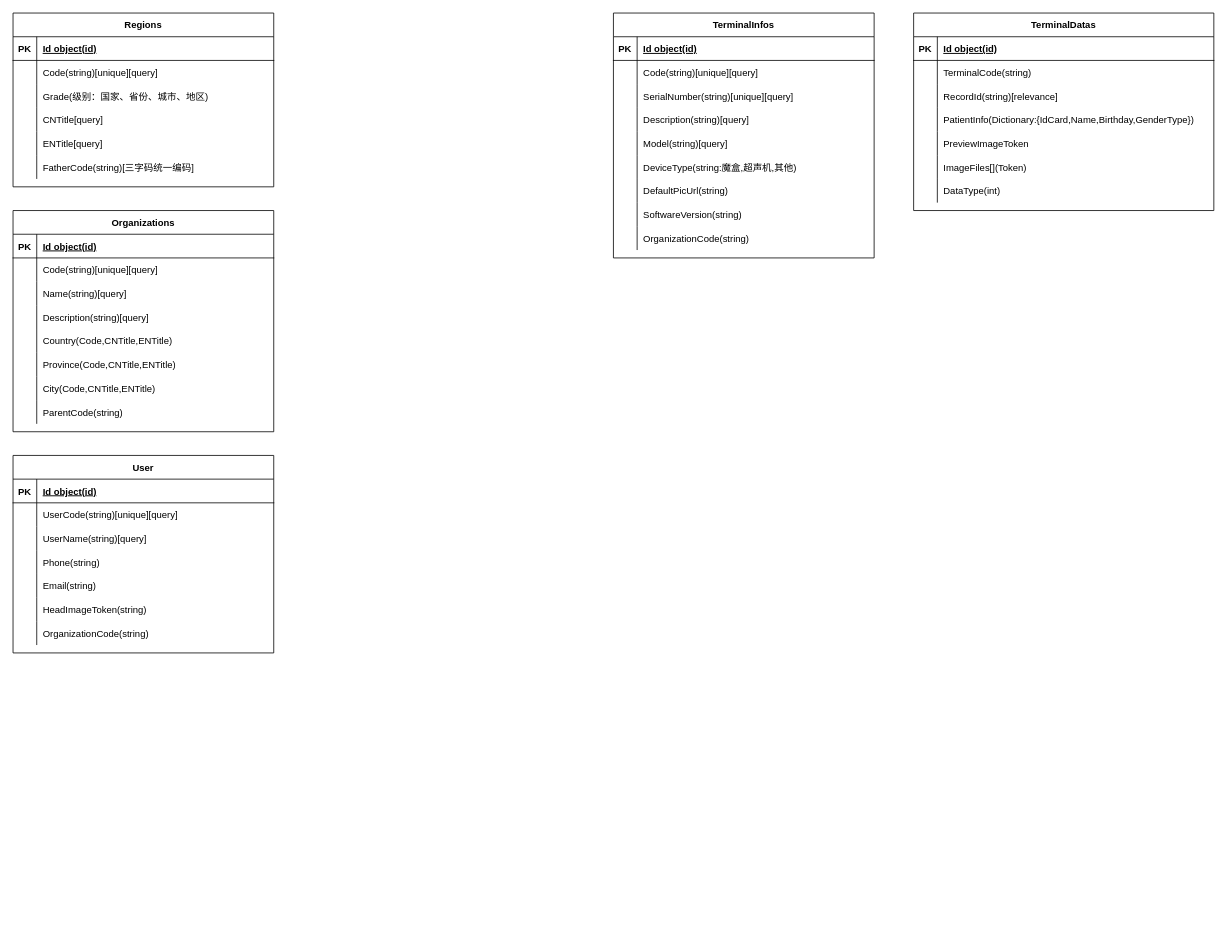
Above: Untitled Diagram.drawio in qwb2013/Xamarin-iOSTips (draw.io), before the change. Source tidied: cells renumbered, new cells numbered last; positions are measured from the earlier drawing's top-left corner, leaving out a move shared by most shapes. Both pictures are drawn from the tidied source at 79%, with x=0, y=0 at pixel (13, 13).
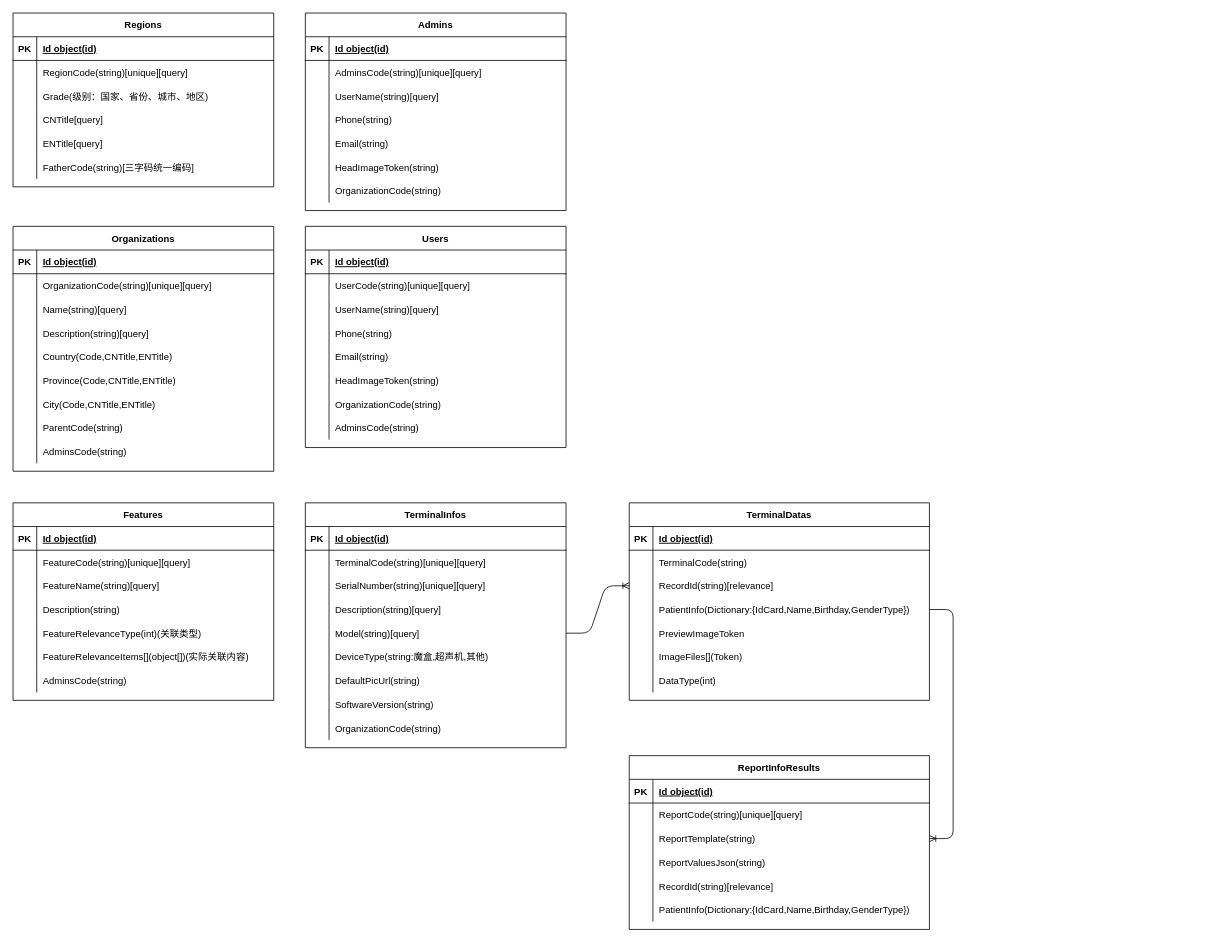
Above is the later version.

The change refers to these unchanged cells:
```xml
<mxCell id="6" style="shape=partialRectangle;fillColor=none;top=0;left=0;right=0;bottom=0;" parent="2" vertex="1">
  <mxGeometry y="60" width="330" height="30" as="geometry" />
</mxCell>
<mxCell id="15" style="shape=partialRectangle;fillColor=none;points=[[0,0.5],[1,0.5]];portConstraint=eastwest;top=0;left=0;right=0;bottom=0;" parent="2" vertex="1">
  <mxGeometry y="150" width="330" height="30" as="geometry" />
</mxCell>
<mxCell id="34" style="shape=partialRectangle;fillColor=none;top=0;left=0;right=0;bottom=0;" parent="30" vertex="1">
  <mxGeometry y="60" width="330" height="30" as="geometry" />
</mxCell>
<mxCell id="53" style="shape=partialRectangle;fillColor=none;top=0;left=0;right=0;bottom=0;" parent="49" vertex="1">
  <mxGeometry y="60" width="330" height="30" as="geometry" />
</mxCell>
<mxCell id="81" style="shape=partialRectangle;fillColor=none;points=[[0,0.5],[1,0.5]];portConstraint=eastwest;top=0;left=0;right=0;bottom=0;" parent="74" vertex="1">
  <mxGeometry y="90" width="380" height="30" as="geometry" />
</mxCell>
<mxCell id="84" style="shape=partialRectangle;fillColor=none;points=[[0,0.5],[1,0.5]];portConstraint=eastwest;top=0;left=0;right=0;bottom=0;" parent="74" vertex="1">
  <mxGeometry y="120" width="380" height="30" as="geometry" />
</mxCell>
<mxCell id="100" style="shape=partialRectangle;fillColor=none;top=0;left=0;right=0;bottom=0;" parent="96" vertex="1">
  <mxGeometry y="60" width="330" height="30" as="geometry" />
</mxCell>
```

Change to the diagram source:
```diff
@@
     <mxCell id="2" value="TerminalInfos" style="shape=table;startSize=30;childLayout=tableLayout;rowLines=0;fontStyle=1;align=center;" parent="1" vertex="1">
-      <mxGeometry x="760" width="330" height="310" as="geometry" />
+      <mxGeometry x="370" y="620" width="330" height="310" as="geometry" />
     </mxCell>
@@
-    <mxCell id="8" value="Code(string)[unique][query]" style="shape=partialRectangle;overflow=hidden;fillColor=none;top=0;left=0;bottom=0;right=0;align=left;spacingLeft=6;" parent="6" vertex="1">
+    <mxCell id="8" value="TerminalCode(string)[unique][query]" style="shape=partialRectangle;overflow=hidden;fillColor=none;top=0;left=0;bottom=0;right=0;align=left;spacingLeft=6;" parent="6" vertex="1">
       <mxGeometry x="30" width="300" height="30" as="geometry" />
     </mxCell>
@@
-    <mxCell id="36" value="Code(string)[unique][query]" style="shape=partialRectangle;overflow=hidden;fillColor=none;top=0;left=0;bottom=0;right=0;align=left;spacingLeft=6;" parent="34" vertex="1">
+    <mxCell id="36" value="RegionCode(string)[unique][query]" style="shape=partialRectangle;overflow=hidden;fillColor=none;top=0;left=0;bottom=0;right=0;align=left;spacingLeft=6;" parent="34" vertex="1">
       <mxGeometry x="30" width="300" height="30" as="geometry" />
     </mxCell>
@@
     <mxCell id="49" value="Organizations" style="shape=table;startSize=30;childLayout=tableLayout;rowLines=0;fontStyle=1;align=center;" parent="1" vertex="1">
-      <mxGeometry y="250" width="330" height="280" as="geometry" />
+      <mxGeometry y="270" width="330" height="310" as="geometry" />
     </mxCell>
@@
-    <mxCell id="55" value="Code(string)[unique][query]" style="shape=partialRectangle;overflow=hidden;fillColor=none;top=0;left=0;bottom=0;right=0;align=left;spacingLeft=6;" parent="53" vertex="1">
+    <mxCell id="55" value="OrganizationCode(string)[unique][query]" style="shape=partialRectangle;overflow=hidden;fillColor=none;top=0;left=0;bottom=0;right=0;align=left;spacingLeft=6;" parent="53" vertex="1">
       <mxGeometry x="30" width="300" height="30" as="geometry" />
     </mxCell>
@@
+    <mxCell id="118" style="shape=partialRectangle;fillColor=none;top=0;left=0;right=0;bottom=0;" parent="49" vertex="1">
+      <mxGeometry y="270" width="330" height="30" as="geometry" />
+    </mxCell>
+    <mxCell id="119" style="shape=partialRectangle;overflow=hidden;fillColor=none;top=0;left=0;bottom=0;right=0;" parent="118" vertex="1">
+      <mxGeometry width="30" height="30" as="geometry" />
+    </mxCell>
+    <mxCell id="120" value="AdminsCode(string)" style="shape=partialRectangle;overflow=hidden;fillColor=none;top=0;left=0;bottom=0;right=0;align=left;spacingLeft=6;" parent="118" vertex="1">
+      <mxGeometry x="30" width="300" height="30" as="geometry" />
+    </mxCell>
     <mxCell id="74" value="TerminalDatas" style="shape=table;startSize=30;childLayout=tableLayout;rowLines=0;fontStyle=1;align=center;" parent="1" vertex="1">
-      <mxGeometry x="1140" width="380" height="250" as="geometry" />
+      <mxGeometry x="780" y="620" width="380" height="250" as="geometry" />
     </mxCell>
@@
-    <mxCell id="96" value="User" style="shape=table;startSize=30;childLayout=tableLayout;rowLines=0;fontStyle=1;align=center;" parent="1" vertex="1">
-      <mxGeometry y="560" width="330" height="250" as="geometry" />
+    <mxCell id="96" value="Admins" style="shape=table;startSize=30;childLayout=tableLayout;rowLines=0;fontStyle=1;align=center;" parent="1" vertex="1">
+      <mxGeometry x="370" width="330" height="250" as="geometry" />
     </mxCell>
@@
-    <mxCell id="102" value="UserCode(string)[unique][query]" style="shape=partialRectangle;overflow=hidden;fillColor=none;top=0;left=0;bottom=0;right=0;align=left;spacingLeft=6;" parent="100" vertex="1">
+    <mxCell id="102" value="AdminsCode(string)[unique][query]" style="shape=partialRectangle;overflow=hidden;fillColor=none;top=0;left=0;bottom=0;right=0;align=left;spacingLeft=6;" parent="100" vertex="1">
       <mxGeometry x="30" width="300" height="30" as="geometry" />
     </mxCell>
@@
+    <mxCell id="121" value="Features" style="shape=table;startSize=30;childLayout=tableLayout;rowLines=0;fontStyle=1;align=center;" parent="1" vertex="1">
+      <mxGeometry y="620" width="330" height="250" as="geometry" />
+    </mxCell>
+    <mxCell id="122" style="shape=partialRectangle;fillColor=none;top=0;left=0;right=0;bottom=1;" parent="121" vertex="1">
+      <mxGeometry y="30" width="330" height="30" as="geometry" />
+    </mxCell>
+    <mxCell id="123" value="PK" style="shape=partialRectangle;overflow=hidden;fillColor=none;top=0;left=0;bottom=0;right=0;fontStyle=1;" parent="122" vertex="1">
+      <mxGeometry width="30" height="30" as="geometry" />
+    </mxCell>
+    <mxCell id="124" value="Id object(id)" style="shape=partialRectangle;overflow=hidden;fillColor=none;top=0;left=0;bottom=0;right=0;align=left;spacingLeft=6;fontStyle=5;" parent="122" vertex="1">
+      <mxGeometry x="30" width="300" height="30" as="geometry" />
+    </mxCell>
+    <mxCell id="125" style="shape=partialRectangle;fillColor=none;top=0;left=0;right=0;bottom=0;" parent="121" vertex="1">
+      <mxGeometry y="60" width="330" height="30" as="geometry" />
+    </mxCell>
+    <mxCell id="126" style="shape=partialRectangle;overflow=hidden;fillColor=none;top=0;left=0;bottom=0;right=0;" parent="125" vertex="1">
+      <mxGeometry width="30" height="30" as="geometry" />
+    </mxCell>
+    <mxCell id="127" value="FeatureCode(string)[unique][query]" style="shape=partialRectangle;overflow=hidden;fillColor=none;top=0;left=0;bottom=0;right=0;align=left;spacingLeft=6;" parent="125" vertex="1">
+      <mxGeometry x="30" width="300" height="30" as="geometry" />
+    </mxCell>
+    <mxCell id="128" style="shape=partialRectangle;fillColor=none;top=0;left=0;right=0;bottom=0;" parent="121" vertex="1">
+      <mxGeometry y="90" width="330" height="30" as="geometry" />
+    </mxCell>
+    <mxCell id="129" style="shape=partialRectangle;overflow=hidden;fillColor=none;top=0;left=0;bottom=0;right=0;" parent="128" vertex="1">
+      <mxGeometry width="30" height="30" as="geometry" />
+    </mxCell>
+    <mxCell id="130" value="FeatureName(string)[query]" style="shape=partialRectangle;overflow=hidden;fillColor=none;top=0;left=0;bottom=0;right=0;align=left;spacingLeft=6;" parent="128" vertex="1">
+      <mxGeometry x="30" width="300" height="30" as="geometry" />
+    </mxCell>
+    <mxCell id="131" style="shape=partialRectangle;fillColor=none;top=0;left=0;right=0;bottom=0;" parent="121" vertex="1">
+      <mxGeometry y="120" width="330" height="30" as="geometry" />
+    </mxCell>
+    <mxCell id="132" style="shape=partialRectangle;overflow=hidden;fillColor=none;top=0;left=0;bottom=0;right=0;" parent="131" vertex="1">
+      <mxGeometry width="30" height="30" as="geometry" />
+    </mxCell>
+    <mxCell id="133" value="Description(string)" style="shape=partialRectangle;overflow=hidden;fillColor=none;top=0;left=0;bottom=0;right=0;align=left;spacingLeft=6;" parent="131" vertex="1">
+      <mxGeometry x="30" width="300" height="30" as="geometry" />
+    </mxCell>
+    <mxCell id="134" style="shape=partialRectangle;fillColor=none;top=0;left=0;right=0;bottom=0;" parent="121" vertex="1">
+      <mxGeometry y="150" width="330" height="30" as="geometry" />
+    </mxCell>
+    <mxCell id="135" style="shape=partialRectangle;overflow=hidden;fillColor=none;top=0;left=0;bottom=0;right=0;" parent="134" vertex="1">
+      <mxGeometry width="30" height="30" as="geometry" />
+    </mxCell>
+    <mxCell id="136" value="FeatureRelevanceType(int)(关联类型)" style="shape=partialRectangle;overflow=hidden;fillColor=none;top=0;left=0;bottom=0;right=0;align=left;spacingLeft=6;" parent="134" vertex="1">
+      <mxGeometry x="30" width="300" height="30" as="geometry" />
+    </mxCell>
+    <mxCell id="137" style="shape=partialRectangle;fillColor=none;top=0;left=0;right=0;bottom=0;" parent="121" vertex="1">
+      <mxGeometry y="180" width="330" height="30" as="geometry" />
+    </mxCell>
+    <mxCell id="138" style="shape=partialRectangle;overflow=hidden;fillColor=none;top=0;left=0;bottom=0;right=0;" parent="137" vertex="1">
+      <mxGeometry width="30" height="30" as="geometry" />
+    </mxCell>
+    <mxCell id="139" value="FeatureRelevanceItems[](object[])(实际关联内容)" style="shape=partialRectangle;overflow=hidden;fillColor=none;top=0;left=0;bottom=0;right=0;align=left;spacingLeft=6;" parent="137" vertex="1">
+      <mxGeometry x="30" width="300" height="30" as="geometry" />
+    </mxCell>
+    <mxCell id="140" style="shape=partialRectangle;fillColor=none;top=0;left=0;right=0;bottom=0;" parent="121" vertex="1">
+      <mxGeometry y="210" width="330" height="30" as="geometry" />
+    </mxCell>
+    <mxCell id="141" style="shape=partialRectangle;overflow=hidden;fillColor=none;top=0;left=0;bottom=0;right=0;" parent="140" vertex="1">
+      <mxGeometry width="30" height="30" as="geometry" />
+    </mxCell>
+    <mxCell id="142" value="AdminsCode(string)" style="shape=partialRectangle;overflow=hidden;fillColor=none;top=0;left=0;bottom=0;right=0;align=left;spacingLeft=6;" parent="140" vertex="1">
+      <mxGeometry x="30" width="300" height="30" as="geometry" />
+    </mxCell>
+    <mxCell id="143" value="ReportInfoResults" style="shape=table;startSize=30;childLayout=tableLayout;rowLines=0;fontStyle=1;align=center;" parent="1" vertex="1">
+      <mxGeometry x="780" y="940" width="380" height="220" as="geometry" />
+    </mxCell>
+    <mxCell id="144" style="shape=partialRectangle;fillColor=none;top=0;left=0;right=0;bottom=1;" parent="143" vertex="1">
+      <mxGeometry y="30" width="380" height="30" as="geometry" />
+    </mxCell>
+    <mxCell id="145" value="PK" style="shape=partialRectangle;overflow=hidden;fillColor=none;top=0;left=0;bottom=0;right=0;fontStyle=1;" parent="144" vertex="1">
+      <mxGeometry width="30" height="30" as="geometry" />
+    </mxCell>
+    <mxCell id="146" value="Id object(id)" style="shape=partialRectangle;overflow=hidden;fillColor=none;top=0;left=0;bottom=0;right=0;align=left;spacingLeft=6;fontStyle=5;" parent="144" vertex="1">
+      <mxGeometry x="30" width="350" height="30" as="geometry" />
+    </mxCell>
+    <mxCell id="147" style="shape=partialRectangle;fillColor=none;top=0;left=0;right=0;bottom=0;" parent="143" vertex="1">
+      <mxGeometry y="60" width="380" height="30" as="geometry" />
+    </mxCell>
+    <mxCell id="148" style="shape=partialRectangle;overflow=hidden;fillColor=none;top=0;left=0;bottom=0;right=0;" parent="147" vertex="1">
+      <mxGeometry width="30" height="30" as="geometry" />
+    </mxCell>
+    <mxCell id="149" value="ReportCode(string)[unique][query]" style="shape=partialRectangle;overflow=hidden;fillColor=none;top=0;left=0;bottom=0;right=0;align=left;spacingLeft=6;" parent="147" vertex="1">
+      <mxGeometry x="30" width="350" height="30" as="geometry" />
+    </mxCell>
+    <mxCell id="150" style="shape=partialRectangle;fillColor=none;points=[[0,0.5],[1,0.5]];portConstraint=eastwest;top=0;left=0;right=0;bottom=0;" parent="143" vertex="1">
+      <mxGeometry y="90" width="380" height="30" as="geometry" />
+    </mxCell>
+    <mxCell id="151" style="shape=partialRectangle;overflow=hidden;fillColor=none;top=0;left=0;bottom=0;right=0;" parent="150" vertex="1">
+      <mxGeometry width="30" height="30" as="geometry" />
+    </mxCell>
+    <mxCell id="152" value="ReportTemplate(string)" style="shape=partialRectangle;overflow=hidden;fillColor=none;top=0;left=0;bottom=0;right=0;align=left;spacingLeft=6;" parent="150" vertex="1">
+      <mxGeometry x="30" width="350" height="30" as="geometry" />
+    </mxCell>
+    <mxCell id="153" style="shape=partialRectangle;fillColor=none;top=0;left=0;right=0;bottom=0;" parent="143" vertex="1">
+      <mxGeometry y="120" width="380" height="30" as="geometry" />
+    </mxCell>
+    <mxCell id="154" style="shape=partialRectangle;overflow=hidden;fillColor=none;top=0;left=0;bottom=0;right=0;" parent="153" vertex="1">
+      <mxGeometry width="30" height="30" as="geometry" />
+    </mxCell>
+    <mxCell id="155" value="ReportValuesJson(string)" style="shape=partialRectangle;overflow=hidden;fillColor=none;top=0;left=0;bottom=0;right=0;align=left;spacingLeft=6;" parent="153" vertex="1">
+      <mxGeometry x="30" width="350" height="30" as="geometry" />
+    </mxCell>
+    <mxCell id="156" style="shape=partialRectangle;fillColor=none;top=0;left=0;right=0;bottom=0;" parent="143" vertex="1">
+      <mxGeometry y="150" width="380" height="30" as="geometry" />
+    </mxCell>
+    <mxCell id="157" style="shape=partialRectangle;overflow=hidden;fillColor=none;top=0;left=0;bottom=0;right=0;" parent="156" vertex="1">
+      <mxGeometry width="30" height="30" as="geometry" />
+    </mxCell>
+    <mxCell id="158" value="RecordId(string)[relevance]" style="shape=partialRectangle;overflow=hidden;fillColor=none;top=0;left=0;bottom=0;right=0;align=left;spacingLeft=6;" parent="156" vertex="1">
+      <mxGeometry x="30" width="350" height="30" as="geometry" />
+    </mxCell>
+    <mxCell id="159" style="shape=partialRectangle;fillColor=none;top=0;left=0;right=0;bottom=0;" parent="143" vertex="1">
+      <mxGeometry y="180" width="380" height="30" as="geometry" />
+    </mxCell>
+    <mxCell id="160" style="shape=partialRectangle;overflow=hidden;fillColor=none;top=0;left=0;bottom=0;right=0;" parent="159" vertex="1">
+      <mxGeometry width="30" height="30" as="geometry" />
+    </mxCell>
+    <mxCell id="161" value="PatientInfo(Dictionary:{IdCard,Name,Birthday,GenderType})" style="shape=partialRectangle;overflow=hidden;fillColor=none;top=0;left=0;bottom=0;right=0;align=left;spacingLeft=6;" parent="159" vertex="1">
+      <mxGeometry x="30" width="350" height="30" as="geometry" />
+    </mxCell>
+    <mxCell id="162" value="Users" style="shape=table;startSize=30;childLayout=tableLayout;rowLines=0;fontStyle=1;align=center;" parent="1" vertex="1">
+      <mxGeometry x="370" y="270" width="330" height="280" as="geometry" />
+    </mxCell>
+    <mxCell id="163" style="shape=partialRectangle;fillColor=none;top=0;left=0;right=0;bottom=1;" parent="162" vertex="1">
+      <mxGeometry y="30" width="330" height="30" as="geometry" />
+    </mxCell>
+    <mxCell id="164" value="PK" style="shape=partialRectangle;overflow=hidden;fillColor=none;top=0;left=0;bottom=0;right=0;fontStyle=1;" parent="163" vertex="1">
+      <mxGeometry width="30" height="30" as="geometry" />
+    </mxCell>
+    <mxCell id="165" value="Id object(id)" style="shape=partialRectangle;overflow=hidden;fillColor=none;top=0;left=0;bottom=0;right=0;align=left;spacingLeft=6;fontStyle=5;" parent="163" vertex="1">
+      <mxGeometry x="30" width="300" height="30" as="geometry" />
+    </mxCell>
+    <mxCell id="166" style="shape=partialRectangle;fillColor=none;top=0;left=0;right=0;bottom=0;" parent="162" vertex="1">
+      <mxGeometry y="60" width="330" height="30" as="geometry" />
+    </mxCell>
+    <mxCell id="167" style="shape=partialRectangle;overflow=hidden;fillColor=none;top=0;left=0;bottom=0;right=0;" parent="166" vertex="1">
+      <mxGeometry width="30" height="30" as="geometry" />
+    </mxCell>
+    <mxCell id="168" value="UserCode(string)[unique][query]" style="shape=partialRectangle;overflow=hidden;fillColor=none;top=0;left=0;bottom=0;right=0;align=left;spacingLeft=6;" parent="166" vertex="1">
+      <mxGeometry x="30" width="300" height="30" as="geometry" />
+    </mxCell>
+    <mxCell id="169" style="shape=partialRectangle;fillColor=none;top=0;left=0;right=0;bottom=0;" parent="162" vertex="1">
+      <mxGeometry y="90" width="330" height="30" as="geometry" />
+    </mxCell>
+    <mxCell id="170" style="shape=partialRectangle;overflow=hidden;fillColor=none;top=0;left=0;bottom=0;right=0;" parent="169" vertex="1">
+      <mxGeometry width="30" height="30" as="geometry" />
+    </mxCell>
+    <mxCell id="171" value="UserName(string)[query]" style="shape=partialRectangle;overflow=hidden;fillColor=none;top=0;left=0;bottom=0;right=0;align=left;spacingLeft=6;" parent="169" vertex="1">
+      <mxGeometry x="30" width="300" height="30" as="geometry" />
+    </mxCell>
+    <mxCell id="172" style="shape=partialRectangle;fillColor=none;top=0;left=0;right=0;bottom=0;" parent="162" vertex="1">
+      <mxGeometry y="120" width="330" height="30" as="geometry" />
+    </mxCell>
+    <mxCell id="173" style="shape=partialRectangle;overflow=hidden;fillColor=none;top=0;left=0;bottom=0;right=0;" parent="172" vertex="1">
+      <mxGeometry width="30" height="30" as="geometry" />
+    </mxCell>
+    <mxCell id="174" value="Phone(string)" style="shape=partialRectangle;overflow=hidden;fillColor=none;top=0;left=0;bottom=0;right=0;align=left;spacingLeft=6;" parent="172" vertex="1">
+      <mxGeometry x="30" width="300" height="30" as="geometry" />
+    </mxCell>
+    <mxCell id="175" style="shape=partialRectangle;fillColor=none;top=0;left=0;right=0;bottom=0;" parent="162" vertex="1">
+      <mxGeometry y="150" width="330" height="30" as="geometry" />
+    </mxCell>
+    <mxCell id="176" style="shape=partialRectangle;overflow=hidden;fillColor=none;top=0;left=0;bottom=0;right=0;" parent="175" vertex="1">
+      <mxGeometry width="30" height="30" as="geometry" />
+    </mxCell>
+    <mxCell id="177" value="Email(string)" style="shape=partialRectangle;overflow=hidden;fillColor=none;top=0;left=0;bottom=0;right=0;align=left;spacingLeft=6;" parent="175" vertex="1">
+      <mxGeometry x="30" width="300" height="30" as="geometry" />
+    </mxCell>
+    <mxCell id="178" style="shape=partialRectangle;fillColor=none;top=0;left=0;right=0;bottom=0;" parent="162" vertex="1">
+      <mxGeometry y="180" width="330" height="30" as="geometry" />
+    </mxCell>
+    <mxCell id="179" style="shape=partialRectangle;overflow=hidden;fillColor=none;top=0;left=0;bottom=0;right=0;" parent="178" vertex="1">
+      <mxGeometry width="30" height="30" as="geometry" />
+    </mxCell>
+    <mxCell id="180" value="HeadImageToken(string)" style="shape=partialRectangle;overflow=hidden;fillColor=none;top=0;left=0;bottom=0;right=0;align=left;spacingLeft=6;" parent="178" vertex="1">
+      <mxGeometry x="30" width="300" height="30" as="geometry" />
+    </mxCell>
+    <mxCell id="181" style="shape=partialRectangle;fillColor=none;top=0;left=0;right=0;bottom=0;" parent="162" vertex="1">
+      <mxGeometry y="210" width="330" height="30" as="geometry" />
+    </mxCell>
+    <mxCell id="182" style="shape=partialRectangle;overflow=hidden;fillColor=none;top=0;left=0;bottom=0;right=0;" parent="181" vertex="1">
+      <mxGeometry width="30" height="30" as="geometry" />
+    </mxCell>
+    <mxCell id="183" value="OrganizationCode(string)" style="shape=partialRectangle;overflow=hidden;fillColor=none;top=0;left=0;bottom=0;right=0;align=left;spacingLeft=6;" parent="181" vertex="1">
+      <mxGeometry x="30" width="300" height="30" as="geometry" />
+    </mxCell>
+    <mxCell id="184" style="shape=partialRectangle;fillColor=none;top=0;left=0;right=0;bottom=0;" parent="162" vertex="1">
+      <mxGeometry y="240" width="330" height="30" as="geometry" />
+    </mxCell>
+    <mxCell id="185" style="shape=partialRectangle;overflow=hidden;fillColor=none;top=0;left=0;bottom=0;right=0;" parent="184" vertex="1">
+      <mxGeometry width="30" height="30" as="geometry" />
+    </mxCell>
+    <mxCell id="186" value="AdminsCode(string)" style="shape=partialRectangle;overflow=hidden;fillColor=none;top=0;left=0;bottom=0;right=0;align=left;spacingLeft=6;" parent="184" vertex="1">
+      <mxGeometry x="30" width="300" height="30" as="geometry" />
+    </mxCell>
+    <mxCell id="187" style="edgeStyle=entityRelationEdgeStyle;fontSize=12;html=1;endArrow=ERoneToMany;" parent="1" edge="1" source="15" target="81">
+      <mxGeometry relative="1" as="geometry" />
+    </mxCell>
+    <mxCell id="188" style="edgeStyle=entityRelationEdgeStyle;fontSize=12;html=1;endArrow=ERoneToMany;exitX=1;exitY=0.5;exitDx=0;exitDy=0;" parent="1" edge="1" source="84" target="150">
+      <mxGeometry relative="1" as="geometry" />
+    </mxCell>
```
